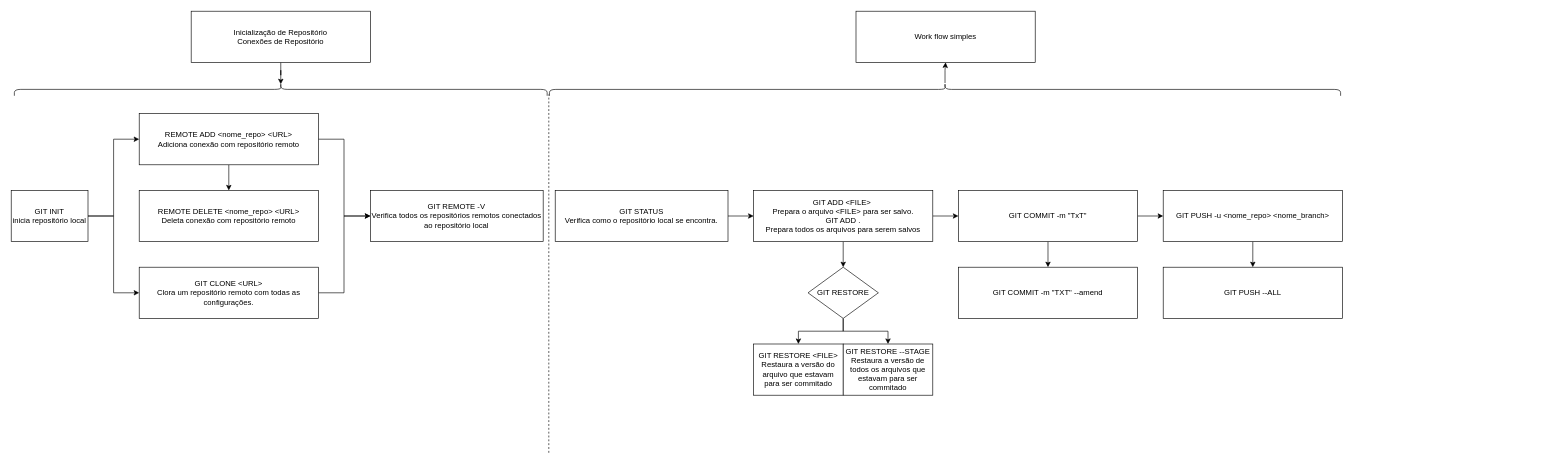
This is Draw_Git/Funcionamento_Git.drawio from Gabrielnbr/Draw, a draw.io file, before an edit. Source tidied: cells renumbered, new cells numbered last; positions are measured from the earlier drawing's top-left corner, leaving out a move shared by most shapes. Both pictures are drawn from the tidied source at 64%, with x=0, y=0 at pixel (11, -307).
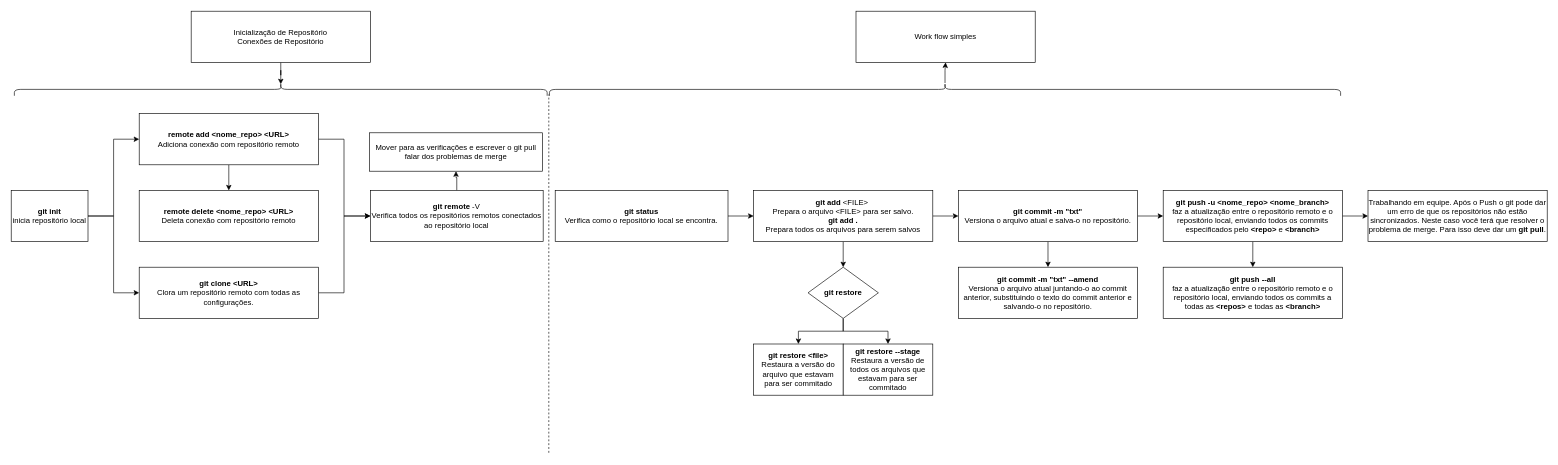
After the change.

Commit message:
atualização do Workflow

What changed in the source:
```diff
@@
-    <mxCell id="4" value="GIT INIT&lt;br&gt;inicia repositório local" style="rounded=0;whiteSpace=wrap;html=1;" parent="1" vertex="1">
+    <mxCell id="4" value="&lt;b style=&quot;&quot;&gt;git init&lt;/b&gt;&lt;br&gt;inicia repositório local" style="rounded=0;whiteSpace=wrap;html=1;" parent="1" vertex="1">
       <mxGeometry y="776" width="120" height="80" as="geometry" />
     </mxCell>
@@
-    <mxCell id="7" value="REMOTE ADD &amp;lt;nome_repo&amp;gt; &amp;lt;URL&amp;gt;&lt;br&gt;Adiciona conexão com repositório remoto" style="rounded=0;whiteSpace=wrap;html=1;" parent="1" vertex="1">
+    <mxCell id="7" value="&lt;b&gt;remote add &amp;lt;nome_repo&amp;gt; &amp;lt;URL&amp;gt;&lt;/b&gt;&lt;br&gt;Adiciona conexão com repositório remoto" style="rounded=0;whiteSpace=wrap;html=1;" parent="1" vertex="1">
       <mxGeometry x="200" y="656" width="280" height="80" as="geometry" />
     </mxCell>
@@
-    <mxCell id="11" value="REMOTE DELETE &amp;lt;nome_repo&amp;gt; &amp;lt;URL&amp;gt;&lt;br&gt;Deleta conexão com repositório remoto" style="rounded=0;whiteSpace=wrap;html=1;" parent="1" vertex="1">
+    <mxCell id="11" value="&lt;b&gt;remote delete &amp;lt;nome_repo&amp;gt; &amp;lt;URL&amp;gt;&lt;/b&gt;&lt;br&gt;Deleta conexão com repositório remoto" style="rounded=0;whiteSpace=wrap;html=1;" parent="1" vertex="1">
       <mxGeometry x="200" y="776" width="280" height="80" as="geometry" />
     </mxCell>
@@
-    <mxCell id="13" value="GIT CLONE &amp;lt;URL&amp;gt;&lt;br&gt;Clora um repositório remoto com todas as configurações." style="rounded=0;whiteSpace=wrap;html=1;" parent="1" vertex="1">
+    <mxCell id="13" value="&lt;b&gt;git clone &amp;lt;URL&amp;gt;&lt;/b&gt;&lt;br&gt;Clora um repositório remoto com todas as configurações." style="rounded=0;whiteSpace=wrap;html=1;" parent="1" vertex="1">
       <mxGeometry x="200" y="896" width="280" height="80" as="geometry" />
     </mxCell>
+    <mxCell id="36" style="edgeStyle=orthogonalEdgeStyle;rounded=0;jettySize=auto;html=1;" parent="1" edge="1" source="14" target="38">
+      <mxGeometry relative="1" as="geometry" />
+    </mxCell>
-    <mxCell id="14" value="GIT REMOTE -V&lt;br&gt;Verifica todos os repositórios remotos conectados ao repositório local" style="whiteSpace=wrap;html=1;rounded=0;" parent="1" vertex="1">
+    <mxCell id="14" value="&lt;b&gt;git remote&lt;/b&gt; -V&lt;br&gt;Verifica todos os repositórios remotos conectados ao repositório local" style="whiteSpace=wrap;html=1;rounded=0;" parent="1" vertex="1">
       <mxGeometry x="561.2" y="776" width="270" height="80" as="geometry" />
     </mxCell>
@@
-    <mxCell id="18" value="GIT STATUS&lt;br&gt;Verifica como o repositório local se encontra." style="rounded=0;whiteSpace=wrap;html=1;" parent="1" vertex="1">
+    <mxCell id="18" value="&lt;b&gt;git status&lt;/b&gt;&lt;br&gt;Verifica como o repositório local se encontra." style="rounded=0;whiteSpace=wrap;html=1;" parent="1" vertex="1">
       <mxGeometry x="850" y="776" width="270" height="80" as="geometry" />
     </mxCell>
@@
-    <mxCell id="21" value="GIT RESTORE" style="rhombus;whiteSpace=wrap;html=1;rounded=0;" parent="1" vertex="1">
+    <mxCell id="21" value="&lt;b&gt;git restore&lt;/b&gt;" style="rhombus;whiteSpace=wrap;html=1;rounded=0;" parent="1" vertex="1">
       <mxGeometry x="1245" y="896" width="110" height="80" as="geometry" />
     </mxCell>
-    <mxCell id="22" value="GIT RESTORE &amp;lt;FILE&amp;gt;&lt;br&gt;Restaura a versão do arquivo que estavam para ser commitado" style="whiteSpace=wrap;html=1;rounded=0;" parent="1" vertex="1">
+    <mxCell id="22" value="&lt;b style=&quot;border-color: var(--border-color);&quot;&gt;git restore&lt;/b&gt;&lt;b&gt;&amp;nbsp;&amp;lt;file&amp;gt;&lt;/b&gt;&lt;br&gt;Restaura a versão do arquivo que estavam para ser commitado" style="whiteSpace=wrap;html=1;rounded=0;" parent="1" vertex="1">
       <mxGeometry x="1160" y="1016" width="140" height="80" as="geometry" />
     </mxCell>
-    <mxCell id="23" value="GIT RESTORE --STAGE&lt;br&gt;Restaura a versão de todos os arquivos que estavam para ser commitado" style="whiteSpace=wrap;html=1;rounded=0;" parent="1" vertex="1">
+    <mxCell id="23" value="&lt;b style=&quot;border-color: var(--border-color);&quot;&gt;git restore&lt;/b&gt;&lt;b&gt;&amp;nbsp;--stage&lt;/b&gt;&lt;br&gt;Restaura a versão de todos os arquivos que estavam para ser commitado" style="whiteSpace=wrap;html=1;rounded=0;" parent="1" vertex="1">
       <mxGeometry x="1300" y="1016" width="140" height="80" as="geometry" />
     </mxCell>
@@
-    <mxCell id="27" value="GIT ADD &amp;lt;FILE&amp;gt;&amp;nbsp;&lt;br&gt;Prepara o arquivo &amp;lt;FILE&amp;gt; para ser salvo.&lt;br&gt;GIT ADD .&lt;br&gt;Prepara todos os arquivos para serem salvos" style="whiteSpace=wrap;html=1;rounded=0;" parent="1" vertex="1">
+    <mxCell id="27" value="&lt;b&gt;git add&lt;/b&gt; &amp;lt;FILE&amp;gt;&amp;nbsp;&lt;br&gt;Prepara o arquivo &amp;lt;FILE&amp;gt; para ser salvo.&lt;br&gt;&lt;b&gt;git add .&lt;/b&gt;&lt;br&gt;Prepara todos os arquivos para serem salvos" style="whiteSpace=wrap;html=1;rounded=0;" parent="1" vertex="1">
       <mxGeometry x="1160" y="776" width="280" height="80" as="geometry" />
     </mxCell>
@@
-    <mxCell id="30" value="GIT COMMIT -m &quot;TxT&quot;" style="whiteSpace=wrap;html=1;rounded=0;" parent="1" vertex="1">
+    <mxCell id="30" value="&lt;b&gt;git commit -m &quot;txt&quot;&lt;/b&gt;&lt;br&gt;Versiona o arquivo atual e salva-o no repositório." style="whiteSpace=wrap;html=1;rounded=0;" parent="1" vertex="1">
       <mxGeometry x="1480" y="776" width="280" height="80" as="geometry" />
     </mxCell>
-    <mxCell id="31" value="GIT COMMIT -m &quot;TXT&quot; --amend" style="whiteSpace=wrap;html=1;rounded=0;" parent="1" vertex="1">
+    <mxCell id="31" value="&lt;b&gt;&lt;span style=&quot;border-color: var(--border-color);&quot;&gt;git commit -m &quot;txt&quot;&lt;/span&gt;&amp;nbsp;--amend&lt;br&gt;&lt;/b&gt;Versiona o arquivo atual juntando-o ao commit anterior, substituindo o texto do commit anterior e salvando-o no repositório.&lt;b&gt;&lt;br&gt;&lt;/b&gt;" style="whiteSpace=wrap;html=1;rounded=0;" parent="1" vertex="1">
       <mxGeometry x="1480" y="896" width="280" height="80" as="geometry" />
     </mxCell>
@@
+    <mxCell id="37" style="edgeStyle=orthogonalEdgeStyle;rounded=0;jettySize=auto;html=1;" parent="1" edge="1" source="33" target="39">
+      <mxGeometry relative="1" as="geometry" />
+    </mxCell>
-    <mxCell id="33" value="GIT PUSH -u &amp;lt;nome_repo&amp;gt; &amp;lt;nome_branch&amp;gt;" style="whiteSpace=wrap;html=1;rounded=0;" parent="1" vertex="1">
+    <mxCell id="33" value="&lt;b&gt;git push -u &amp;lt;nome_repo&amp;gt; &amp;lt;nome_branch&amp;gt;&lt;/b&gt;&lt;br&gt;faz a atualização entre o repositório remoto e o repositório local, enviando todos os commits especificados pelo&amp;nbsp;&lt;b&gt;&amp;lt;repo&amp;gt;&lt;/b&gt; e &lt;b&gt;&amp;lt;branch&amp;gt;&lt;/b&gt;" style="whiteSpace=wrap;html=1;rounded=0;" parent="1" vertex="1">
       <mxGeometry x="1800" y="776" width="280" height="80" as="geometry" />
     </mxCell>
-    <mxCell id="34" value="GIT PUSH --ALL" style="whiteSpace=wrap;html=1;rounded=0;" parent="1" vertex="1">
+    <mxCell id="34" value="&lt;span style=&quot;border-color: var(--border-color);&quot;&gt;&lt;b&gt;git push --all&lt;/b&gt;&lt;br&gt;faz a atualização entre o repositório remoto e o repositório local, enviando todos os commits a todas as &lt;b&gt;&amp;lt;repos&amp;gt;&lt;/b&gt; e todas as &lt;b&gt;&amp;lt;branch&amp;gt;&lt;/b&gt;&lt;br&gt;&lt;/span&gt;" style="whiteSpace=wrap;html=1;rounded=0;" parent="1" vertex="1">
       <mxGeometry x="1800" y="896" width="280" height="80" as="geometry" />
     </mxCell>
@@
+    <mxCell id="38" value="Mover para as verificações e escrever o git pull falar dos problemas de merge" style="whiteSpace=wrap;html=1;rounded=0;" parent="1" vertex="1">
+      <mxGeometry x="560" y="686" width="270" height="60" as="geometry" />
+    </mxCell>
+    <mxCell id="39" value="Trabalhando em equipe. Após o Push o git pode dar um erro de que os repositórios não estão sincronizados. Neste caso você terá que resolver o problema de merge. Para isso deve dar um &lt;b&gt;git pull&lt;/b&gt;." style="whiteSpace=wrap;html=1;rounded=0;" parent="1" vertex="1">
+      <mxGeometry x="2120" y="776" width="280" height="80" as="geometry" />
+    </mxCell>
```
